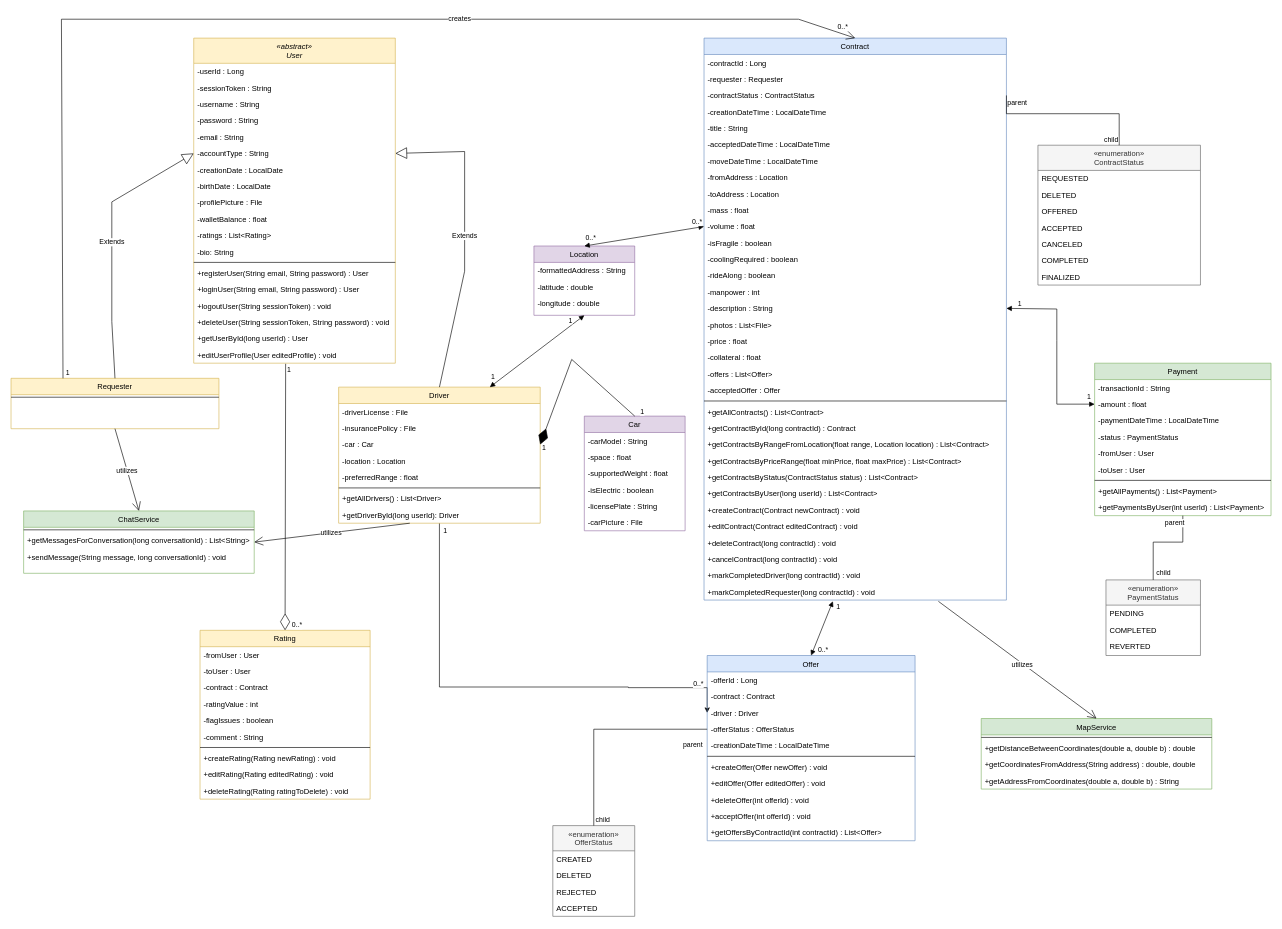
itsmaxjeffrey/sopra-fs25-group-39-server keeps this draw.io diagram as doc/diagrams/sopra_group_39_class_diagram.drawio. Above is the earlier version. Source tidied: cells renumbered, new cells numbered last; positions are measured from the earlier drawing's top-left corner, leaving out a move shared by most shapes. Both pictures are drawn from the tidied source at 63%, with x=0, y=0 at pixel (11, 19).
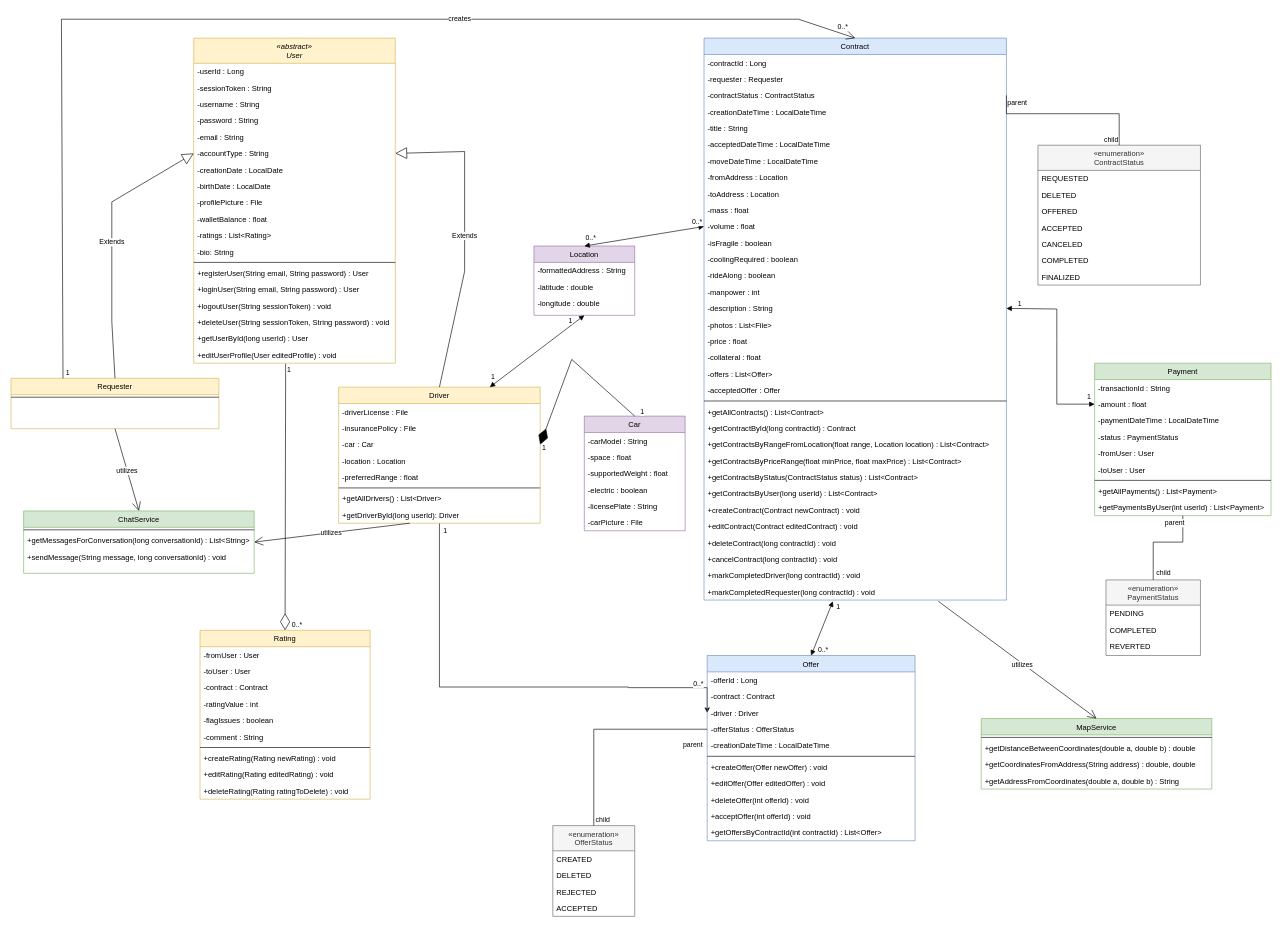
Above is the later version.

The change refers to these unchanged cells:
```xml
<mxCell id="109" value="Car" style="swimlane;fontStyle=0;align=center;verticalAlign=top;horizontal=1;startSize=26;rounded=0;shadow=0;strokeWidth=1;fillColor=#e1d5e7;strokeColor=#9673a6;" parent="1" vertex="1">
  <mxGeometry x="910" y="630" width="160" height="182" as="geometry" />
</mxCell>
```

Change to the diagram source:
```diff
@@
-    <mxCell id="113" value="-isElectric : boolean" style="text;align=left;verticalAlign=top;spacingLeft=4;spacingRight=4;overflow=hidden;" parent="109" vertex="1">
+    <mxCell id="113" value="-electric : boolean" style="text;align=left;verticalAlign=top;spacingLeft=4;spacingRight=4;overflow=hidden;" parent="109" vertex="1">
       <mxGeometry y="104" width="160" height="26" as="geometry" />
     </mxCell>
```
